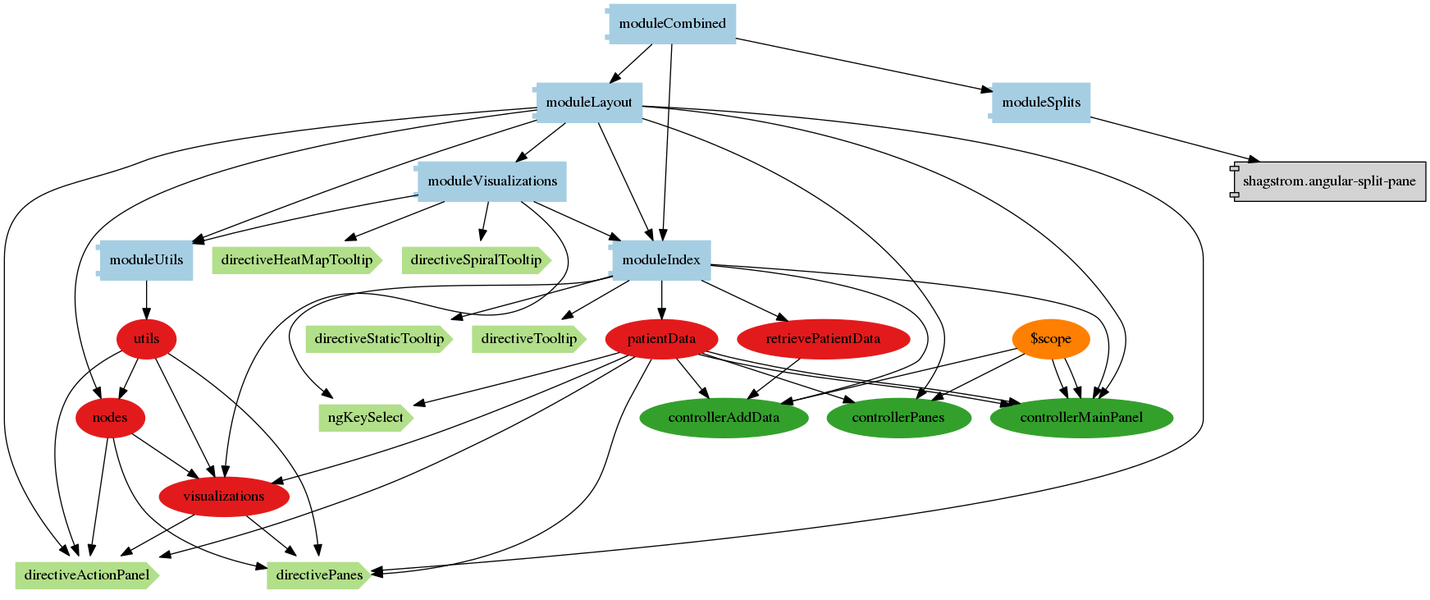
The Graphviz diagram architecture/png/all.png in nevesnunes/MultiViz, before a commit. Its source is kept beside it as architecture/dot/all.dot.
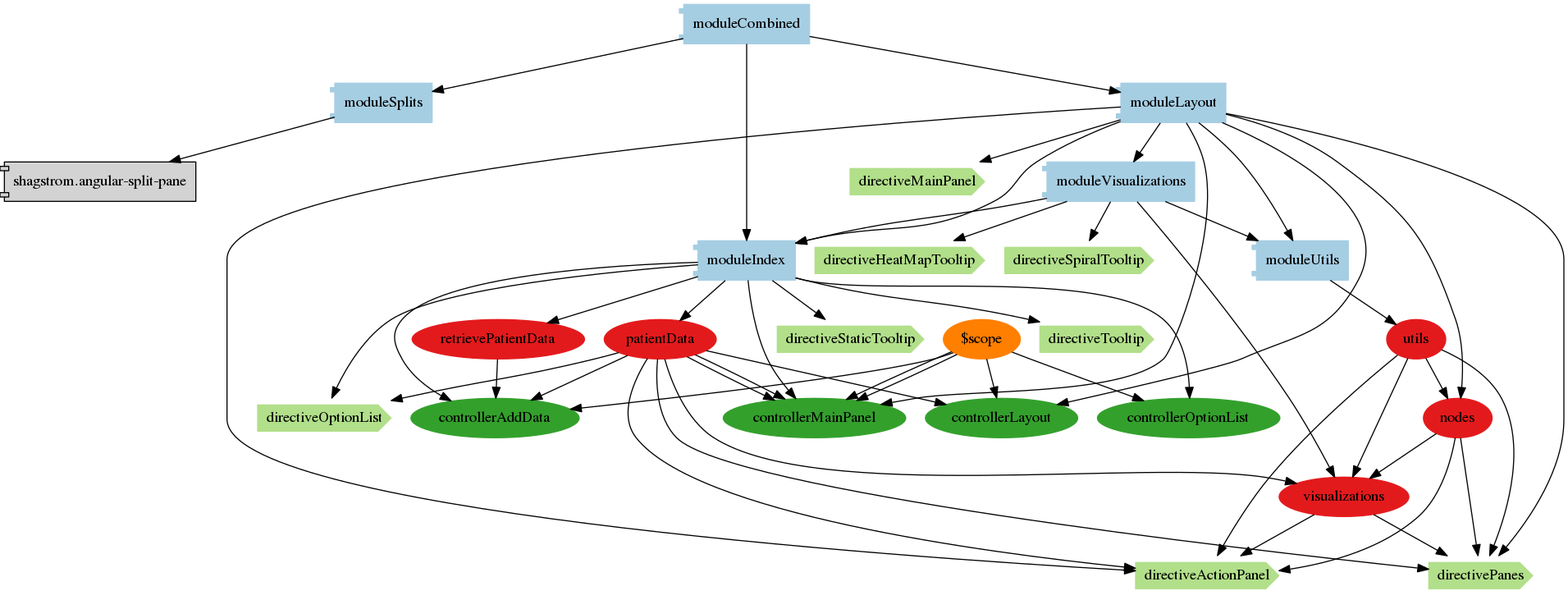
Later version of the same file.

What changed in the source:
```diff
@@ -59,6 +59,8 @@
 
         "controllerMainPanel"[label="controllerMainPanel", color=4]
 
+        "controllerOptionList"[label="controllerOptionList", color=4]
+
 
 
 
@@ -78,7 +80,7 @@
 
         "directiveTooltip"[label="directiveTooltip", color=3]
 
-        "ngKeySelect"[label="ngKeySelect", color=3]
+        "directiveOptionList"[label="directiveOptionList", color=3]
 
 
 
@@ -93,13 +95,15 @@
 
         "moduleIndex" -> "directiveTooltip"
 
-        "moduleIndex" -> "ngKeySelect"
+        "moduleIndex" -> "directiveOptionList"
 
 
 
         "moduleIndex" -> "controllerAddData"
 
         "moduleIndex" -> "controllerMainPanel"
+
+        "moduleIndex" -> "controllerOptionList"
 
 
 
@@ -132,7 +136,7 @@
 
 
           "patientData"[label="patientData"]
-          "patientData" -> "ngKeySelect"
+          "patientData" -> "directiveOptionList"
 
 
 
@@ -154,6 +158,11 @@
 
           "patientData"[label="patientData"]
           "patientData" -> "controllerMainPanel"
+
+
+
+          "$scope"[label="$scope"]
+          "$scope" -> "controllerOptionList"
 
 
 
@@ -374,7 +383,7 @@
 
         "controllerMainPanel"[label="controllerMainPanel", color=4]
 
-        "controllerPanes"[label="controllerPanes", color=4]
+        "controllerLayout"[label="controllerLayout", color=4]
 
 
 
@@ -389,6 +398,8 @@
 
 
 
+        "directiveMainPanel"[label="directiveMainPanel", color=3]
+
         "directiveActionPanel"[label="directiveActionPanel", color=3]
 
         "directivePanes"[label="directivePanes", color=3]
@@ -402,6 +413,8 @@
 
 
 
+        "moduleLayout" -> "directiveMainPanel"
+
         "moduleLayout" -> "directiveActionPanel"
 
         "moduleLayout" -> "directivePanes"
@@ -410,7 +423,7 @@
 
         "moduleLayout" -> "controllerMainPanel"
 
-        "moduleLayout" -> "controllerPanes"
+        "moduleLayout" -> "controllerLayout"
 
 
 
@@ -432,6 +445,8 @@
 
 
       node[shape="ellipse",style="filled", color=8]
+
+
 
 
 
@@ -475,10 +490,10 @@
 
 
           "$scope"[label="$scope"]
-          "$scope" -> "controllerPanes"
+          "$scope" -> "controllerLayout"
 
           "patientData"[label="patientData"]
-          "patientData" -> "controllerPanes"
+          "patientData" -> "controllerLayout"
 
 
 
```
